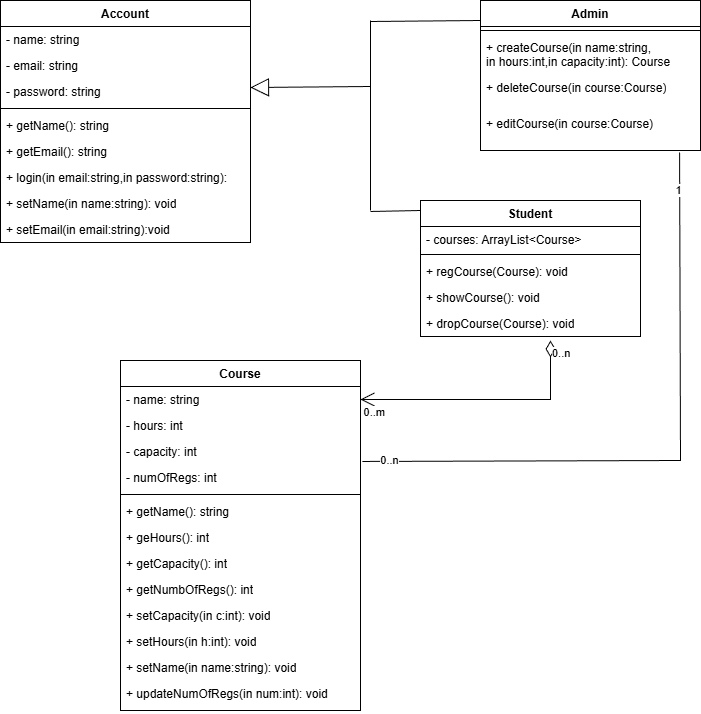
Before: class diagram/ClassDiagram.png, a diagram exported from draw.io (mahmoud-hassan1/SWE_Project). Source tidied: cells renumbered, new cells last; positions are measured from the earlier drawing's top-left corner, leaving out a move shared by most shapes.
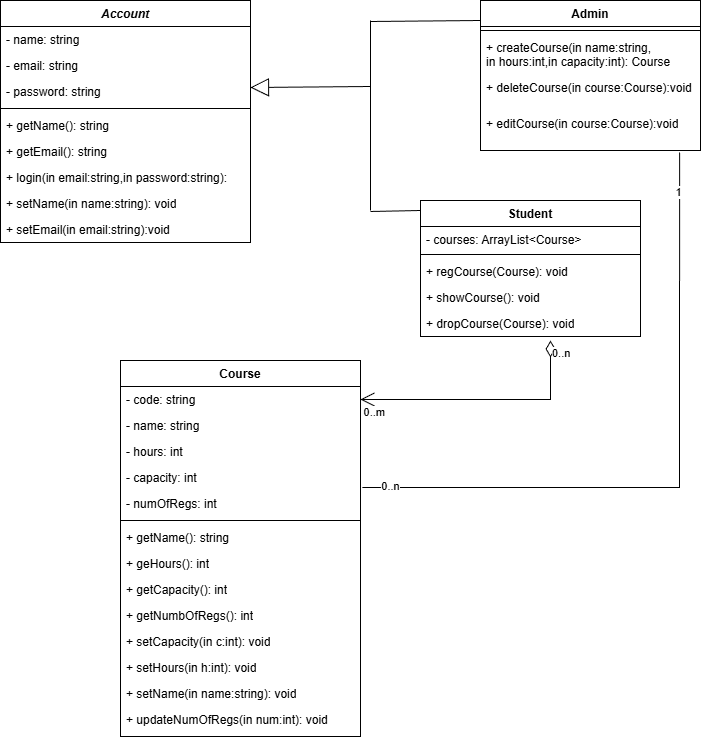
The same file after the commit.

Commit message:
edit class diagram

Change to the diagram source:
```diff
@@ -2,7 +2,7 @@
   <root>
     <mxCell id="0" />
     <mxCell id="1" parent="0" />
-    <mxCell id="2" value="Account" style="swimlane;fontStyle=1;align=center;verticalAlign=top;horizontal=1;startSize=26;whiteSpace=wrap;html=1;" parent="1" vertex="1">
+    <mxCell id="2" value="&lt;i&gt;Account&lt;/i&gt;" style="swimlane;fontStyle=1;align=center;verticalAlign=top;horizontal=1;startSize=26;whiteSpace=wrap;html=1;" parent="1" vertex="1">
       <mxGeometry width="250" height="242" as="geometry" />
     </mxCell>
     <mxCell id="3" value="- name: string" style="text;strokeColor=none;fillColor=none;align=left;verticalAlign=top;spacingLeft=4;spacingRight=4;overflow=hidden;whiteSpace=wrap;html=1;" parent="2" vertex="1">
@@ -41,53 +41,56 @@
     <mxCell id="14" value="+ createCourse(in name:string,&lt;div&gt;in hours:int,in capacity:int): Course&lt;/div&gt;" style="text;strokeColor=none;fillColor=none;align=left;verticalAlign=top;spacingLeft=4;spacingRight=4;overflow=hidden;whiteSpace=wrap;html=1;" parent="12" vertex="1">
       <mxGeometry y="34" width="220" height="40" as="geometry" />
     </mxCell>
-    <mxCell id="15" value="+ deleteCourse(in course:Course)" style="text;strokeColor=none;fillColor=none;align=left;verticalAlign=top;spacingLeft=4;spacingRight=4;overflow=hidden;whiteSpace=wrap;html=1;" parent="12" vertex="1">
+    <mxCell id="15" value="+ deleteCourse(in course:Course):void" style="text;strokeColor=none;fillColor=none;align=left;verticalAlign=top;spacingLeft=4;spacingRight=4;overflow=hidden;whiteSpace=wrap;html=1;" parent="12" vertex="1">
       <mxGeometry y="74" width="220" height="36" as="geometry" />
     </mxCell>
-    <mxCell id="16" value="+ editCourse(in course:Course)" style="text;strokeColor=none;fillColor=none;align=left;verticalAlign=top;spacingLeft=4;spacingRight=4;overflow=hidden;points=[[0,0.5],[1,0.5]];portConstraint=eastwest;whiteSpace=wrap;html=1;" parent="12" vertex="1">
+    <mxCell id="16" value="+ editCourse(in course:Course):void" style="text;strokeColor=none;fillColor=none;align=left;verticalAlign=top;spacingLeft=4;spacingRight=4;overflow=hidden;points=[[0,0.5],[1,0.5]];portConstraint=eastwest;whiteSpace=wrap;html=1;" parent="12" vertex="1">
       <mxGeometry y="110" width="220" height="40" as="geometry" />
     </mxCell>
     <mxCell id="17" value="Course" style="swimlane;fontStyle=1;align=center;verticalAlign=top;horizontal=1;startSize=26;whiteSpace=wrap;html=1;" parent="1" vertex="1">
-      <mxGeometry x="120" y="360" width="240" height="350" as="geometry" />
+      <mxGeometry x="120" y="360" width="240" height="376" as="geometry" />
     </mxCell>
-    <mxCell id="18" value="- name: string" style="text;strokeColor=none;fillColor=none;align=left;verticalAlign=top;spacingLeft=4;spacingRight=4;overflow=hidden;points=[[0,0.5],[1,0.5]];portConstraint=eastwest;whiteSpace=wrap;html=1;" parent="17" vertex="1">
+    <mxCell id="18" value="- code: string" style="text;strokeColor=none;fillColor=none;align=left;verticalAlign=top;spacingLeft=4;spacingRight=4;overflow=hidden;points=[[0,0.5],[1,0.5]];portConstraint=eastwest;whiteSpace=wrap;html=1;" parent="17" vertex="1">
       <mxGeometry y="26" width="240" height="26" as="geometry" />
     </mxCell>
+    <mxCell id="47" value="- name: string" style="text;strokeColor=none;fillColor=none;align=left;verticalAlign=top;spacingLeft=4;spacingRight=4;overflow=hidden;whiteSpace=wrap;html=1;" parent="17" vertex="1">
+      <mxGeometry y="52" width="240" height="26" as="geometry" />
+    </mxCell>
     <mxCell id="19" value="- hours: int" style="text;strokeColor=none;fillColor=none;align=left;verticalAlign=top;spacingLeft=4;spacingRight=4;overflow=hidden;whiteSpace=wrap;html=1;" parent="17" vertex="1">
-      <mxGeometry y="52" width="240" height="26" as="geometry" />
+      <mxGeometry y="78" width="240" height="26" as="geometry" />
     </mxCell>
     <mxCell id="20" value="- capacity: int" style="text;strokeColor=none;fillColor=none;align=left;verticalAlign=top;spacingLeft=4;spacingRight=4;overflow=hidden;points=[[0,0.5],[1,0.5]];portConstraint=eastwest;whiteSpace=wrap;html=1;" parent="17" vertex="1">
-      <mxGeometry y="78" width="240" height="26" as="geometry" />
+      <mxGeometry y="104" width="240" height="26" as="geometry" />
     </mxCell>
     <mxCell id="21" value="- numOfRegs: int" style="text;strokeColor=none;fillColor=none;align=left;verticalAlign=top;spacingLeft=4;spacingRight=4;overflow=hidden;whiteSpace=wrap;html=1;" parent="17" vertex="1">
-      <mxGeometry y="104" width="240" height="26" as="geometry" />
+      <mxGeometry y="130" width="240" height="26" as="geometry" />
     </mxCell>
     <mxCell id="22" style="line;strokeWidth=1;fillColor=none;align=left;verticalAlign=middle;spacingTop=-1;spacingLeft=3;spacingRight=3;labelPosition=right;strokeColor=inherit;" parent="17" vertex="1">
-      <mxGeometry y="130" width="240" height="8" as="geometry" />
+      <mxGeometry y="156" width="240" height="8" as="geometry" />
     </mxCell>
     <mxCell id="23" value="+ getName(): string" style="text;strokeColor=none;fillColor=none;align=left;verticalAlign=top;spacingLeft=4;spacingRight=4;overflow=hidden;whiteSpace=wrap;html=1;" parent="17" vertex="1">
-      <mxGeometry y="138" width="240" height="26" as="geometry" />
+      <mxGeometry y="164" width="240" height="26" as="geometry" />
     </mxCell>
     <mxCell id="24" value="+ geHours(): int&lt;div&gt;&lt;br&gt;&lt;/div&gt;" style="text;strokeColor=none;fillColor=none;align=left;verticalAlign=top;spacingLeft=4;spacingRight=4;overflow=hidden;whiteSpace=wrap;html=1;" parent="17" vertex="1">
-      <mxGeometry y="164" width="240" height="26" as="geometry" />
+      <mxGeometry y="190" width="240" height="26" as="geometry" />
     </mxCell>
     <mxCell id="25" value="+ getCapacity(): int" style="text;strokeColor=none;fillColor=none;align=left;verticalAlign=top;spacingLeft=4;spacingRight=4;overflow=hidden;whiteSpace=wrap;html=1;" parent="17" vertex="1">
-      <mxGeometry y="190" width="240" height="26" as="geometry" />
+      <mxGeometry y="216" width="240" height="26" as="geometry" />
     </mxCell>
     <mxCell id="26" value="+ getNumbOfRegs(): int" style="text;strokeColor=none;fillColor=none;align=left;verticalAlign=top;spacingLeft=4;spacingRight=4;overflow=hidden;whiteSpace=wrap;html=1;" parent="17" vertex="1">
-      <mxGeometry y="216" width="240" height="26" as="geometry" />
+      <mxGeometry y="242" width="240" height="26" as="geometry" />
     </mxCell>
     <mxCell id="27" value="+ setCapacity(in c:int): void" style="text;strokeColor=none;fillColor=none;align=left;verticalAlign=top;spacingLeft=4;spacingRight=4;overflow=hidden;whiteSpace=wrap;html=1;" parent="17" vertex="1">
-      <mxGeometry y="242" width="240" height="26" as="geometry" />
+      <mxGeometry y="268" width="240" height="26" as="geometry" />
     </mxCell>
     <mxCell id="28" value="+ setHours(in h:int): void" style="text;strokeColor=none;fillColor=none;align=left;verticalAlign=top;spacingLeft=4;spacingRight=4;overflow=hidden;whiteSpace=wrap;html=1;" parent="17" vertex="1">
-      <mxGeometry y="268" width="240" height="26" as="geometry" />
+      <mxGeometry y="294" width="240" height="26" as="geometry" />
     </mxCell>
     <mxCell id="29" value="+ setName(in name:string): void" style="text;strokeColor=none;fillColor=none;align=left;verticalAlign=top;spacingLeft=4;spacingRight=4;overflow=hidden;whiteSpace=wrap;html=1;" parent="17" vertex="1">
-      <mxGeometry y="294" width="240" height="26" as="geometry" />
+      <mxGeometry y="320" width="240" height="26" as="geometry" />
     </mxCell>
     <mxCell id="30" value="+ updateNumOfRegs(in num:int): void" style="text;strokeColor=none;fillColor=none;align=left;verticalAlign=top;spacingLeft=4;spacingRight=4;overflow=hidden;whiteSpace=wrap;html=1;" parent="17" vertex="1">
-      <mxGeometry y="320" width="240" height="30" as="geometry" />
+      <mxGeometry y="346" width="240" height="30" as="geometry" />
     </mxCell>
     <mxCell id="31" value="Student" style="swimlane;fontStyle=1;align=center;verticalAlign=top;horizontal=1;startSize=26;whiteSpace=wrap;html=1;" parent="1" vertex="1">
       <mxGeometry x="420" y="200" width="220" height="136" as="geometry" />
@@ -147,7 +150,7 @@
     <mxCell id="44" style="endArrow=none;html=1;rounded=0;exitX=1.008;exitY=0.883;exitDx=0;exitDy=0;exitPerimeter=0;entryX=0.905;entryY=1.05;entryDx=0;entryDy=0;entryPerimeter=0;" parent="1" edge="1" source="20" target="16">
       <mxGeometry relative="1" as="geometry">
         <Array as="points">
-          <mxPoint x="680" y="460" />
+          <mxPoint x="679" y="487" />
         </Array>
       </mxGeometry>
     </mxCell>
```
